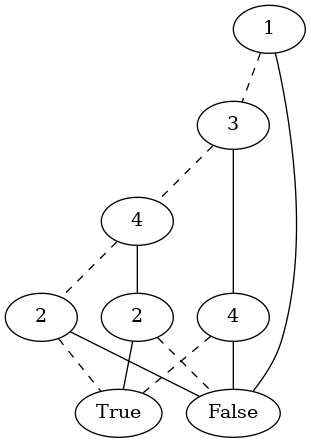
khiem2105/ROBDD keeps this Graphviz diagram as graph_image/compressed_bdd_tree_2.gv.png. Above is the earlier version. Its source is kept beside it as graph_image/compressed_bdd_tree_2.gv.
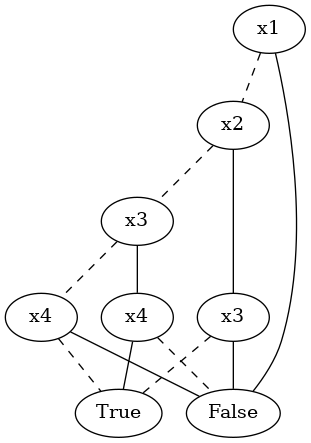
Later version of the same file.

Diff of the diagram source:
```diff
@@ -1,22 +1,22 @@
 graph compressed_bdd_tree_2 {
-	140569800690656 [label=1]
-	140569656757312 [label=3]
-	140569800690656 -- 140569656757312 [style=dashed]
-	140569656756928 [label=4]
-	140569656757312 -- 140569656756928 [style=dashed]
-	140569656757792 [label=2]
-	140569656756928 -- 140569656757792 [style=dashed]
-	140569656755488 [label=True]
-	140569656757792 -- 140569656755488 [style=dashed]
-	140569656755680 [label=False]
-	140569656757792 -- 140569656755680
-	140569656757600 [label=2]
-	140569656756928 -- 140569656757600
-	140569656757600 -- 140569656755680 [style=dashed]
-	140569656757600 -- 140569656755488
-	140569656756880 [label=4]
-	140569656757312 -- 140569656756880
-	140569656756880 -- 140569656755488 [style=dashed]
-	140569656756880 -- 140569656755680
-	140569800690656 -- 140569656755680
+	140331402093760 [label=x1]
+	140331402094960 [label=x2]
+	140331402093760 -- 140331402094960 [style=dashed]
+	140331402095920 [label=x3]
+	140331402094960 -- 140331402095920 [style=dashed]
+	140331402095728 [label=x4]
+	140331402095920 -- 140331402095728 [style=dashed]
+	140331402095632 [label=True]
+	140331402095728 -- 140331402095632 [style=dashed]
+	140331402096112 [label=False]
+	140331402095728 -- 140331402096112
+	140331402095776 [label=x4]
+	140331402095920 -- 140331402095776
+	140331402095776 -- 140331402096112 [style=dashed]
+	140331402095776 -- 140331402095632
+	140331402094432 [label=x3]
+	140331402094960 -- 140331402094432
+	140331402094432 -- 140331402095632 [style=dashed]
+	140331402094432 -- 140331402096112
+	140331402093760 -- 140331402096112
 }
```
